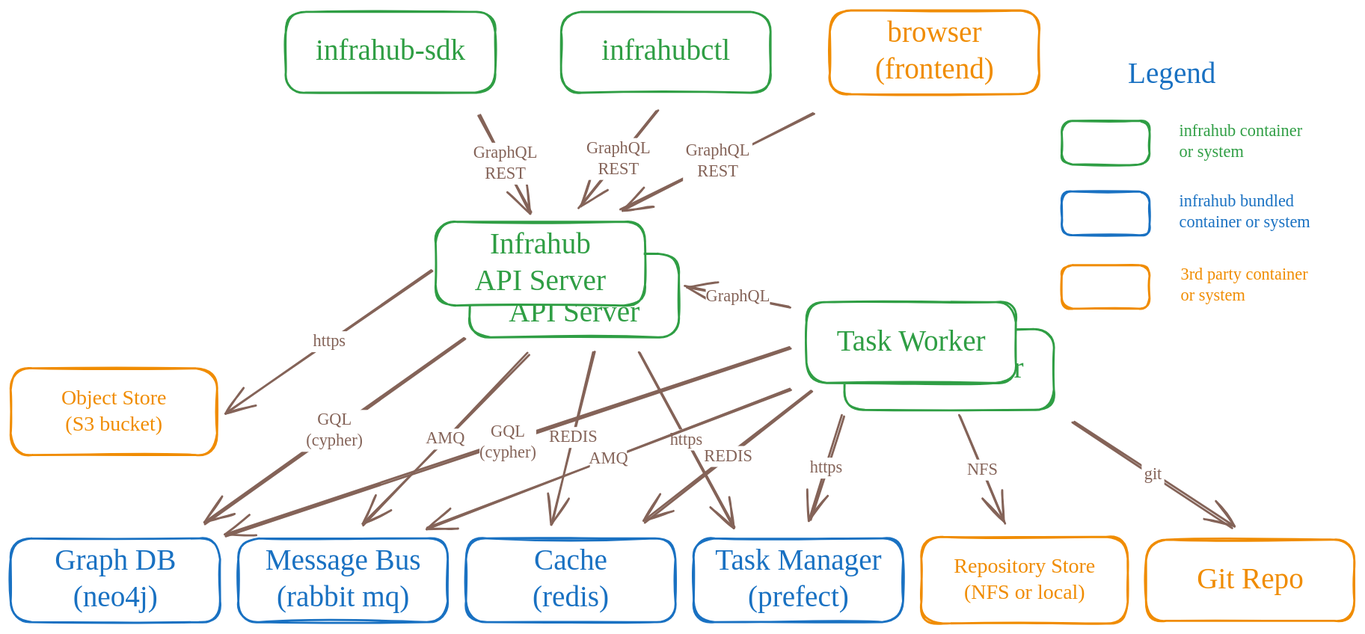
Earlier version of the Excalidraw export docs/docs/media/high_level_architecture.excalidraw.svg (opsmill/infrahub-docs). Source tidied: one line per element, renumbered; positions are measured from the earlier drawing's top-left corner, leaving out a move shared by most shapes.
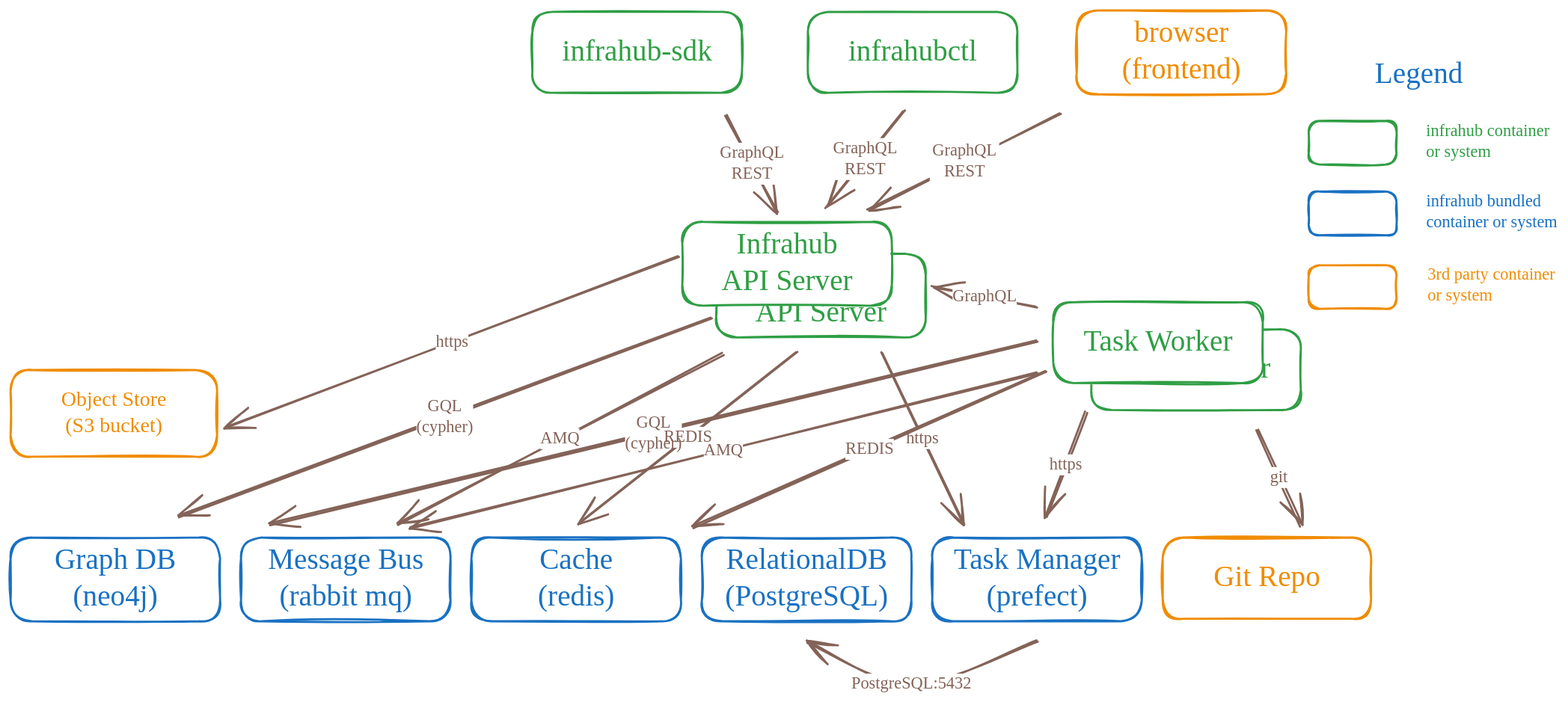
After the commit.

The edit, as a diff of the source:
```diff
@@ -10,12 +10,10 @@
 {"id": 9, "type": "text", "text": "Infrahub\nAPI Server", "strokeColor": "#2f9e44", "strokeWidth": 2, "roughness": 1, "fontSize": 28, "fontFamily": 5, "textAlign": "center", "verticalAlign": "middle", "inside": 8, "x": 431, "y": 207, "width": 150, "height": 70}
-{"id": 10, "type": "rectangle", "strokeColor": "#1971c2", "strokeWidth": 2, "roughness": 1, "round": true, "x": 0, "y": 504, "width": 200, "height": 80}
+{"id": 10, "type": "rectangle", "strokeColor": "#1971c2", "strokeWidth": 2, "roughness": 1, "round": true, "x": -235, "y": 504, "width": 200, "height": 80}
-{"id": 11, "type": "text", "text": "Graph DB\n(neo4j)", "strokeColor": "#1971c2", "strokeWidth": 2, "roughness": 1, "fontSize": 28, "fontFamily": 5, "textAlign": "center", "verticalAlign": "middle", "inside": 10, "x": 33, "y": 509, "width": 134, "height": 70}
+{"id": 11, "type": "text", "text": "Graph DB\n(neo4j)", "strokeColor": "#1971c2", "strokeWidth": 2, "roughness": 1, "fontSize": 28, "fontFamily": 5, "textAlign": "center", "verticalAlign": "middle", "inside": 10, "x": -202, "y": 509, "width": 134, "height": 70}
-{"id": 12, "type": "rectangle", "strokeColor": "#1971c2", "strokeWidth": 2, "roughness": 1, "round": true, "x": 217, "y": 504, "width": 200, "height": 80}
+{"id": 12, "type": "rectangle", "strokeColor": "#1971c2", "strokeWidth": 2, "roughness": 1, "round": true, "x": -15, "y": 504, "width": 200, "height": 80}
-{"id": 13, "type": "text", "text": "Message Bus\n(rabbit mq)", "strokeColor": "#1971c2", "strokeWidth": 2, "roughness": 1, "fontSize": 28, "fontFamily": 5, "textAlign": "center", "verticalAlign": "middle", "inside": 12, "x": 229, "y": 509, "width": 177, "height": 70}
+{"id": 13, "type": "text", "text": "Message Bus\n(rabbit mq)", "strokeColor": "#1971c2", "strokeWidth": 2, "roughness": 1, "fontSize": 28, "fontFamily": 5, "textAlign": "center", "verticalAlign": "middle", "inside": 12, "x": 10, "y": 509, "width": 149, "height": 70}
-{"id": 14, "type": "rectangle", "strokeColor": "#1971c2", "strokeWidth": 2, "roughness": 1, "round": true, "x": 435, "y": 504, "width": 200, "height": 80}
+{"id": 14, "type": "rectangle", "strokeColor": "#1971c2", "strokeWidth": 2, "roughness": 1, "round": true, "x": 205, "y": 504, "width": 200, "height": 80}
-{"id": 15, "type": "text", "text": "Cache\n(redis)", "strokeColor": "#1971c2", "strokeWidth": 2, "roughness": 1, "fontSize": 28, "fontFamily": 5, "textAlign": "center", "verticalAlign": "middle", "inside": 14, "x": 491, "y": 509, "width": 89, "height": 70}
+{"id": 15, "type": "text", "text": "Cache\n(redis)", "strokeColor": "#1971c2", "strokeWidth": 2, "roughness": 1, "fontSize": 28, "fontFamily": 5, "textAlign": "center", "verticalAlign": "middle", "inside": 14, "x": 260, "y": 509, "width": 89, "height": 70}
-{"id": 16, "type": "rectangle", "strokeColor": "#f08c00", "strokeWidth": 2, "roughness": 1, "round": true, "x": 870, "y": 503, "width": 197, "height": 83}
-{"id": 17, "type": "text", "text": "Repository Store\n(NFS or local)", "strokeColor": "#f08c00", "strokeWidth": 2, "roughness": 1, "fontSize": 20, "fontFamily": 5, "textAlign": "center", "verticalAlign": "middle", "inside": 16, "x": 884, "y": 519, "width": 169, "height": 50}
-{"id": 18, "type": "rectangle", "strokeColor": "#f08c00", "strokeWidth": 2, "roughness": 1, "round": true, "x": 1085, "y": 506, "width": 199, "height": 78}
+{"id": 18, "type": "rectangle", "strokeColor": "#f08c00", "strokeWidth": 2, "roughness": 1, "round": true, "x": 865, "y": 504, "width": 199, "height": 78}
-{"id": 19, "type": "text", "text": "Git Repo", "strokeColor": "#f08c00", "strokeWidth": 2, "roughness": 1, "fontSize": 28, "fontFamily": 5, "textAlign": "center", "verticalAlign": "middle", "inside": 18, "x": 1123, "y": 527, "width": 123, "height": 35}
+{"id": 19, "type": "text", "text": "Git Repo", "strokeColor": "#f08c00", "strokeWidth": 2, "roughness": 1, "fontSize": 28, "fontFamily": 5, "textAlign": "center", "verticalAlign": "middle", "inside": 18, "x": 903, "y": 525, "width": 123, "height": 35}
 {"id": 20, "type": "text", "text": "Legend", "strokeColor": "#1971c2", "backgroundColor": "#ffffff", "fillStyle": "solid", "strokeWidth": 2, "roughness": 1, "fontSize": 28, "fontFamily": 5, "x": 1067, "y": 44, "width": 84, "height": 35}
@@ -27,4 +25,4 @@
 {"id": 26, "type": "text", "text": "3rd party container\nor system", "strokeColor": "#f08c00", "backgroundColor": "#ffffff", "fillStyle": "solid", "strokeWidth": 2, "roughness": 1, "fontSize": 16, "fontFamily": 5, "x": 1118, "y": 243, "width": 122, "height": 40}
-{"id": 27, "type": "rectangle", "strokeColor": "#1971c2", "strokeWidth": 2, "roughness": 1, "round": true, "x": 652, "y": 504, "width": 200, "height": 80}
+{"id": 27, "type": "rectangle", "strokeColor": "#1971c2", "strokeWidth": 2, "roughness": 1, "round": true, "x": 645, "y": 504, "width": 200, "height": 80}
-{"id": 28, "type": "text", "text": "Task Manager\n(prefect)", "strokeColor": "#1971c2", "strokeWidth": 2, "roughness": 1, "fontSize": 28, "fontFamily": 5, "textAlign": "center", "verticalAlign": "middle", "inside": 27, "x": 658, "y": 509, "width": 189, "height": 70}
+{"id": 28, "type": "text", "text": "Task Manager\n(prefect)", "strokeColor": "#1971c2", "strokeWidth": 2, "roughness": 1, "fontSize": 28, "fontFamily": 5, "textAlign": "center", "verticalAlign": "middle", "inside": 27, "x": 650, "y": 509, "width": 189, "height": 70}
 {"id": 29, "type": "arrow", "strokeColor": "#846358", "backgroundColor": "#ffffff", "fillStyle": "solid", "strokeWidth": 2, "roughness": 1, "endArrowhead": "arrow", "round": true, "to": 8, "x": 448, "y": 100, "width": 49, "height": 93, "points": [[0, 0], [49, 93]]}
@@ -39,27 +37,29 @@
 {"id": 38, "type": "text", "text": "Task Worker", "strokeColor": "#2f9e44", "strokeWidth": 2, "roughness": 1, "fontSize": 28, "fontFamily": 5, "textAlign": "center", "verticalAlign": "middle", "inside": 37, "x": 775, "y": 300, "width": 170, "height": 35}
-{"id": 39, "type": "rectangle", "strokeColor": "#f08c00", "strokeWidth": 2, "roughness": 1, "round": true, "x": 0, "y": 342, "width": 197, "height": 83}
+{"id": 39, "type": "rectangle", "strokeColor": "#f08c00", "strokeWidth": 2, "roughness": 1, "round": true, "x": -235, "y": 344, "width": 197, "height": 83}
-{"id": 40, "type": "text", "text": "Object Store\n(S3 bucket)", "strokeColor": "#f08c00", "strokeWidth": 2, "roughness": 1, "fontSize": 20, "fontFamily": 5, "textAlign": "center", "verticalAlign": "middle", "inside": 39, "x": 35, "y": 358, "width": 126, "height": 50}
+{"id": 40, "type": "text", "text": "Object Store\n(S3 bucket)", "strokeColor": "#f08c00", "strokeWidth": 2, "roughness": 1, "fontSize": 20, "fontFamily": 5, "textAlign": "center", "verticalAlign": "middle", "inside": 39, "x": -200, "y": 360, "width": 126, "height": 50}
-{"id": 41, "type": "arrow", "strokeColor": "#846358", "backgroundColor": "#ffffff", "fillStyle": "solid", "strokeWidth": 2, "roughness": 1, "endArrowhead": "arrow", "round": true, "from": 8, "to": 39, "x": 402, "y": 248, "width": 195, "height": 136, "points": [[0, 0], [-195, 136]]}
+{"id": 41, "type": "arrow", "strokeColor": "#846358", "backgroundColor": "#ffffff", "fillStyle": "solid", "strokeWidth": 2, "roughness": 1, "endArrowhead": "arrow", "round": true, "from": 8, "to": 39, "x": 402, "y": 235, "width": 431, "height": 164, "points": [[0, 0], [-431, 164]]}
-{"id": 42, "type": "text", "text": "https", "strokeColor": "#846358", "backgroundColor": "#ffffff", "fillStyle": "solid", "strokeWidth": 2, "roughness": 1, "fontSize": 16, "fontFamily": 5, "textAlign": "center", "verticalAlign": "middle", "inside": 41, "x": 236, "y": 343, "width": 45, "height": 20}
+{"id": 42, "type": "text", "text": "https", "strokeColor": "#846358", "backgroundColor": "#ffffff", "fillStyle": "solid", "strokeWidth": 2, "roughness": 1, "fontSize": 16, "fontFamily": 5, "textAlign": "center", "verticalAlign": "middle", "inside": 41, "x": 236, "y": 343, "width": 31, "height": 20}
-{"id": 43, "type": "arrow", "strokeColor": "#846358", "backgroundColor": "#ffffff", "fillStyle": "solid", "strokeWidth": 2, "roughness": 1, "endArrowhead": "arrow", "round": true, "from": 6, "to": 10, "x": 434, "y": 313, "width": 249, "height": 177, "points": [[0, 0], [-249, 177]]}
+{"id": 43, "type": "arrow", "strokeColor": "#846358", "backgroundColor": "#ffffff", "fillStyle": "solid", "strokeWidth": 2, "roughness": 1, "endArrowhead": "arrow", "round": true, "from": 8, "x": 434, "y": 294, "width": 509, "height": 190, "points": [[0, 0], [-509, 190]]}
-{"id": 44, "type": "text", "text": "GQL\n(cypher)", "strokeColor": "#846358", "backgroundColor": "#ffffff", "fillStyle": "solid", "strokeWidth": 2, "roughness": 1, "fontSize": 16, "fontFamily": 5, "textAlign": "center", "verticalAlign": "middle", "inside": 43, "x": 331, "y": 377, "width": 63, "height": 40}
+{"id": 44, "type": "text", "text": "GQL\n(cypher)", "strokeColor": "#846358", "backgroundColor": "#ffffff", "fillStyle": "solid", "strokeWidth": 2, "roughness": 1, "fontSize": 16, "fontFamily": 5, "textAlign": "center", "verticalAlign": "middle", "inside": 43, "x": 331, "y": 377, "width": 54, "height": 40}
-{"id": 45, "type": "arrow", "strokeColor": "#846358", "backgroundColor": "#ffffff", "fillStyle": "solid", "strokeWidth": 2, "roughness": 1, "endArrowhead": "arrow", "round": true, "from": 6, "to": 12, "x": 495, "y": 328, "width": 159, "height": 163, "points": [[0, 0], [-159, 163]]}
+{"id": 45, "type": "arrow", "strokeColor": "#846358", "backgroundColor": "#ffffff", "fillStyle": "solid", "strokeWidth": 2, "roughness": 1, "endArrowhead": "arrow", "round": true, "from": 6, "to": 12, "x": 445, "y": 328, "width": 311, "height": 162, "points": [[0, 0], [-311, 162]]}
-{"id": 46, "type": "text", "text": "AMQ", "strokeColor": "#846358", "backgroundColor": "#ffffff", "fillStyle": "solid", "strokeWidth": 2, "roughness": 1, "fontSize": 16, "fontFamily": 5, "textAlign": "center", "verticalAlign": "middle", "inside": 45, "x": 499, "y": 391, "width": 35, "height": 20}
+{"id": 46, "type": "text", "text": "AMQ", "strokeColor": "#846358", "backgroundColor": "#ffffff", "fillStyle": "solid", "strokeWidth": 2, "roughness": 1, "fontSize": 16, "fontFamily": 5, "textAlign": "center", "verticalAlign": "middle", "inside": 45, "x": 499, "y": 391, "width": 37, "height": 20}
-{"id": 47, "type": "arrow", "strokeColor": "#846358", "backgroundColor": "#ffffff", "fillStyle": "solid", "strokeWidth": 2, "roughness": 1, "endArrowhead": "arrow", "round": true, "from": 37, "to": 12, "x": 745, "y": 363, "width": 348, "height": 132, "points": [[0, 0], [-348, 132]]}
+{"id": 47, "type": "arrow", "strokeColor": "#846358", "backgroundColor": "#ffffff", "fillStyle": "solid", "strokeWidth": 2, "roughness": 1, "endArrowhead": "arrow", "round": true, "from": 37, "to": 12, "x": 745, "y": 347, "width": 599, "height": 147, "points": [[0, 0], [-599, 147]]}
-{"id": 48, "type": "text", "text": "AMQ", "strokeColor": "#846358", "backgroundColor": "#ffffff", "fillStyle": "solid", "strokeWidth": 2, "roughness": 1, "fontSize": 16, "fontFamily": 5, "textAlign": "center", "verticalAlign": "middle", "inside": 47, "x": 507, "y": 383, "width": 35, "height": 20}
+{"id": 48, "type": "text", "text": "AMQ", "strokeColor": "#846358", "backgroundColor": "#ffffff", "fillStyle": "solid", "strokeWidth": 2, "roughness": 1, "fontSize": 16, "fontFamily": 5, "textAlign": "center", "verticalAlign": "middle", "inside": 47, "x": 507, "y": 383, "width": 37, "height": 20}
-{"id": 49, "type": "arrow", "strokeColor": "#846358", "backgroundColor": "#ffffff", "fillStyle": "solid", "strokeWidth": 2, "roughness": 1, "endArrowhead": "arrow", "round": true, "from": 6, "to": 14, "x": 557, "y": 325, "width": 40, "height": 165, "points": [[0, 0], [-40, 165]]}
+{"id": 49, "type": "arrow", "strokeColor": "#846358", "backgroundColor": "#ffffff", "fillStyle": "solid", "strokeWidth": 2, "roughness": 1, "endArrowhead": "arrow", "round": true, "from": 6, "to": 14, "x": 515, "y": 325, "width": 208, "height": 165, "points": [[0, 0], [-208, 165]]}
-{"id": 50, "type": "text", "text": "REDIS", "strokeColor": "#846358", "backgroundColor": "#ffffff", "fillStyle": "solid", "strokeWidth": 2, "roughness": 1, "fontSize": 16, "fontFamily": 5, "textAlign": "center", "verticalAlign": "middle", "inside": 49, "x": 634, "y": 366, "width": 55, "height": 20}
+{"id": 50, "type": "text", "text": "REDIS", "strokeColor": "#846358", "backgroundColor": "#ffffff", "fillStyle": "solid", "strokeWidth": 2, "roughness": 1, "fontSize": 16, "fontFamily": 5, "textAlign": "center", "verticalAlign": "middle", "inside": 49, "x": 634, "y": 366, "width": 46, "height": 20}
-{"id": 51, "type": "arrow", "strokeColor": "#846358", "backgroundColor": "#ffffff", "fillStyle": "solid", "strokeWidth": 2, "roughness": 1, "endArrowhead": "arrow", "round": true, "from": 35, "to": 16, "x": 906, "y": 388, "width": 44, "height": 102, "points": [[0, 0], [44, 102]]}
-{"id": 52, "type": "text", "text": "NFS", "strokeColor": "#846358", "backgroundColor": "#ffffff", "fillStyle": "solid", "strokeWidth": 2, "roughness": 1, "fontSize": 16, "fontFamily": 5, "textAlign": "center", "verticalAlign": "middle", "inside": 51, "x": 940, "y": 457, "width": 31, "height": 20}
-{"id": 53, "type": "arrow", "strokeColor": "#846358", "backgroundColor": "#ffffff", "fillStyle": "solid", "strokeWidth": 2, "roughness": 1, "endArrowhead": "arrow", "round": true, "from": 35, "to": 18, "x": 1015, "y": 393, "width": 153, "height": 101, "points": [[0, 0], [153, 101]]}
+{"id": 53, "type": "arrow", "strokeColor": "#846358", "backgroundColor": "#ffffff", "fillStyle": "solid", "strokeWidth": 2, "roughness": 1, "endArrowhead": "arrow", "round": true, "from": 35, "to": 18, "x": 955, "y": 400, "width": 42, "height": 92, "points": [[0, 0], [42, 92]]}
-{"id": 54, "type": "text", "text": "git", "strokeColor": "#846358", "backgroundColor": "#ffffff", "fillStyle": "solid", "strokeWidth": 2, "roughness": 1, "fontSize": 16, "fontFamily": 5, "textAlign": "center", "verticalAlign": "middle", "inside": 53, "x": 1122, "y": 450, "width": 22, "height": 20}
+{"id": 54, "type": "text", "text": "git", "strokeColor": "#846358", "backgroundColor": "#ffffff", "fillStyle": "solid", "strokeWidth": 2, "roughness": 1, "fontSize": 16, "fontFamily": 5, "textAlign": "center", "verticalAlign": "middle", "inside": 53, "x": 1122, "y": 450, "width": 17, "height": 20}
-{"id": 55, "type": "arrow", "strokeColor": "#846358", "backgroundColor": "#ffffff", "fillStyle": "solid", "strokeWidth": 2, "roughness": 1, "startArrowhead": "arrow", "round": true, "from": 27, "to": 35, "x": 763, "y": 488, "width": 32, "height": 101, "points": [[0, 0], [32, -101]]}
+{"id": 55, "type": "arrow", "strokeColor": "#846358", "backgroundColor": "#ffffff", "fillStyle": "solid", "strokeWidth": 2, "roughness": 1, "startArrowhead": "arrow", "round": true, "from": 27, "to": 35, "x": 753, "y": 485, "width": 39, "height": 101, "points": [[0, 0], [39, -101]]}
-{"id": 56, "type": "text", "text": "https", "strokeColor": "#846358", "backgroundColor": "#ffffff", "fillStyle": "solid", "strokeWidth": 2, "roughness": 1, "fontSize": 16, "fontFamily": 5, "textAlign": "center", "verticalAlign": "middle", "inside": 55, "x": 236, "y": 343, "width": 45, "height": 20}
+{"id": 56, "type": "text", "text": "https", "strokeColor": "#846358", "backgroundColor": "#ffffff", "fillStyle": "solid", "strokeWidth": 2, "roughness": 1, "fontSize": 16, "fontFamily": 5, "textAlign": "center", "verticalAlign": "middle", "inside": 55, "x": 236, "y": 343, "width": 31, "height": 20}
-{"id": 57, "type": "arrow", "strokeColor": "#846358", "backgroundColor": "#ffffff", "fillStyle": "solid", "strokeWidth": 2, "roughness": 1, "endArrowhead": "arrow", "round": true, "from": 6, "to": 27, "x": 600, "y": 326, "width": 91, "height": 168, "points": [[0, 0], [91, 168]]}
+{"id": 57, "type": "arrow", "strokeColor": "#846358", "backgroundColor": "#ffffff", "fillStyle": "solid", "strokeWidth": 2, "roughness": 1, "endArrowhead": "arrow", "round": true, "from": 6, "to": 27, "x": 596, "y": 326, "width": 79, "height": 165, "points": [[0, 0], [79, 165]]}
-{"id": 58, "type": "text", "text": "https", "strokeColor": "#846358", "backgroundColor": "#ffffff", "fillStyle": "solid", "strokeWidth": 2, "roughness": 1, "fontSize": 16, "fontFamily": 5, "textAlign": "center", "verticalAlign": "middle", "inside": 57, "x": 663, "y": 249, "width": 45, "height": 20}
+{"id": 58, "type": "text", "text": "https", "strokeColor": "#846358", "backgroundColor": "#ffffff", "fillStyle": "solid", "strokeWidth": 2, "roughness": 1, "fontSize": 16, "fontFamily": 5, "textAlign": "center", "verticalAlign": "middle", "inside": 57, "x": 663, "y": 249, "width": 31, "height": 20}
 {"id": 59, "type": "arrow", "strokeColor": "#846358", "backgroundColor": "#ffffff", "fillStyle": "solid", "strokeWidth": 2, "roughness": 1, "endArrowhead": "arrow", "round": true, "from": 37, "to": 6, "x": 745, "y": 284, "width": 100, "height": 20, "points": [[0, 0], [-100, -20]]}
 {"id": 60, "type": "text", "text": "GraphQL", "strokeColor": "#846358", "backgroundColor": "#ffffff", "fillStyle": "solid", "strokeWidth": 2, "roughness": 1, "fontSize": 16, "fontFamily": 5, "textAlign": "center", "verticalAlign": "middle", "inside": 59, "x": 664, "y": 264, "width": 61, "height": 20}
-{"id": 61, "type": "arrow", "strokeColor": "#846358", "backgroundColor": "#ffffff", "fillStyle": "solid", "strokeWidth": 2, "roughness": 1, "endArrowhead": "arrow", "round": true, "from": 37, "to": 12, "x": 745, "y": 324, "width": 539, "height": 179, "points": [[0, 0], [-539, 179]]}
+{"id": 61, "type": "arrow", "strokeColor": "#846358", "backgroundColor": "#ffffff", "fillStyle": "solid", "strokeWidth": 2, "roughness": 1, "endArrowhead": "arrow", "round": true, "from": 37, "to": 12, "x": 745, "y": 317, "width": 732, "height": 174, "points": [[0, 0], [-732, 174]]}
 {"id": 62, "type": "text", "text": "GQL\n(cypher)", "strokeColor": "#846358", "backgroundColor": "#ffffff", "fillStyle": "solid", "strokeWidth": 2, "roughness": 1, "fontSize": 16, "fontFamily": 5, "textAlign": "center", "verticalAlign": "middle", "inside": 61, "x": 331, "y": 377, "width": 54, "height": 40}
-{"id": 63, "type": "arrow", "strokeColor": "#846358", "backgroundColor": "#ffffff", "fillStyle": "solid", "strokeWidth": 2, "roughness": 1, "endArrowhead": "arrow", "round": true, "from": 37, "to": 14, "x": 765, "y": 364, "width": 158, "height": 125, "points": [[0, 0], [-158, 125]]}
+{"id": 63, "type": "arrow", "strokeColor": "#846358", "backgroundColor": "#ffffff", "fillStyle": "solid", "strokeWidth": 2, "roughness": 1, "endArrowhead": "arrow", "round": true, "from": 37, "to": 14, "x": 753, "y": 345, "width": 336, "height": 150, "points": [[0, 0], [-336, 150]]}
 {"id": 64, "type": "text", "text": "REDIS", "strokeColor": "#846358", "backgroundColor": "#ffffff", "fillStyle": "solid", "strokeWidth": 2, "roughness": 1, "fontSize": 16, "fontFamily": 5, "textAlign": "center", "verticalAlign": "middle", "inside": 63, "x": 634, "y": 366, "width": 46, "height": 20}
+{"id": 65, "type": "rectangle", "strokeColor": "#1971c2", "strokeWidth": 2, "roughness": 1, "round": true, "x": 425, "y": 504, "width": 200, "height": 80}
+{"id": 66, "type": "text", "text": "RelationalDB\n(PostgreSQL)", "strokeColor": "#1971c2", "strokeWidth": 2, "roughness": 1, "fontSize": 28, "fontFamily": 5, "textAlign": "center", "verticalAlign": "middle", "inside": 65, "x": 447, "y": 509, "width": 156, "height": 70}
+{"id": 67, "type": "arrow", "strokeColor": "#846358", "backgroundColor": "#ffffff", "fillStyle": "solid", "strokeWidth": 2, "roughness": 1, "endArrowhead": "arrow", "round": true, "x": 745, "y": 604, "width": 220, "height": 40, "points": [[0, 0], [-120, 40], [-220, 0]]}
+{"id": 68, "type": "text", "text": "PostgreSQL:5432", "strokeColor": "#846358", "backgroundColor": "#ffffff", "fillStyle": "solid", "strokeWidth": 2, "roughness": 1, "fontSize": 16, "fontFamily": 5, "textAlign": "center", "verticalAlign": "middle", "inside": 67, "x": 527, "y": 474, "width": 115, "height": 20}
```
